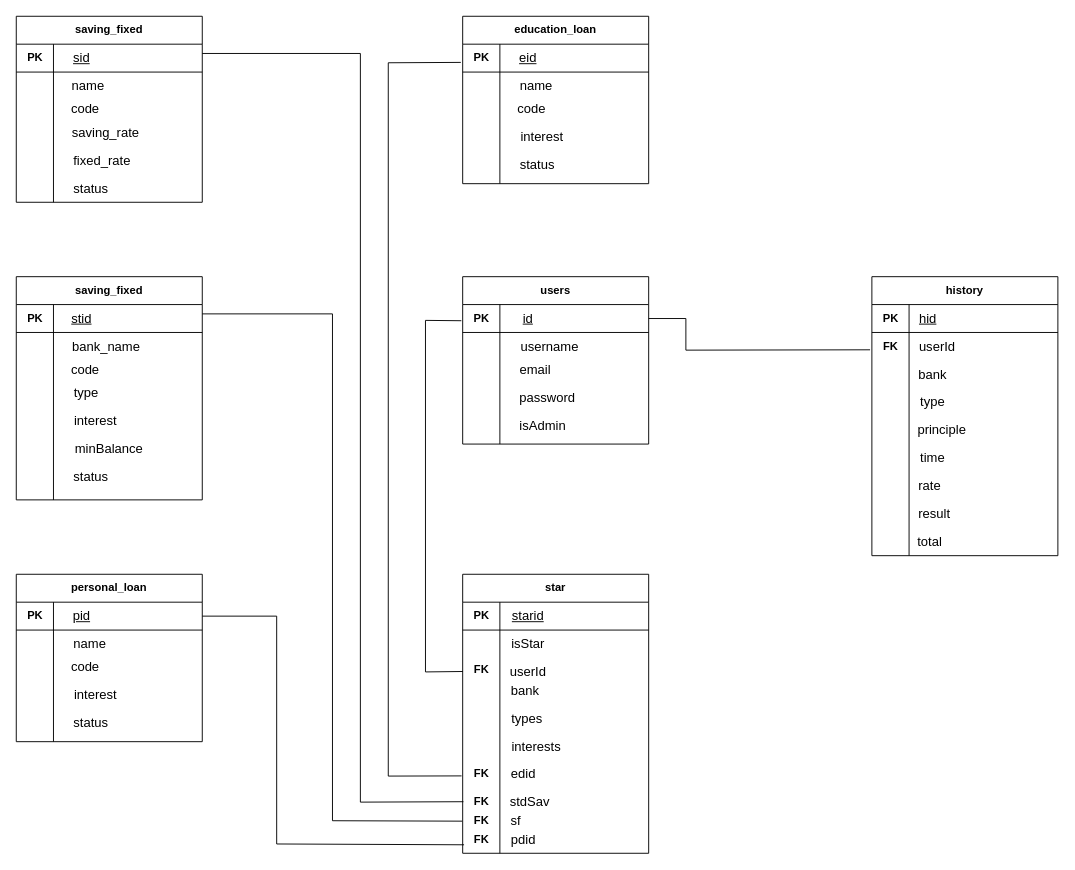
Above: assets/design/databaseSchema.drawio in yubraj08/bank_interest_tracker (draw.io), before the change. Source tidied: cells renumbered, new cells numbered last; positions are measured from the earlier drawing's top-left corner, leaving out a move shared by most shapes. Both pictures are drawn from the tidied source at 93%, with x=0, y=0 at pixel (16, 16).
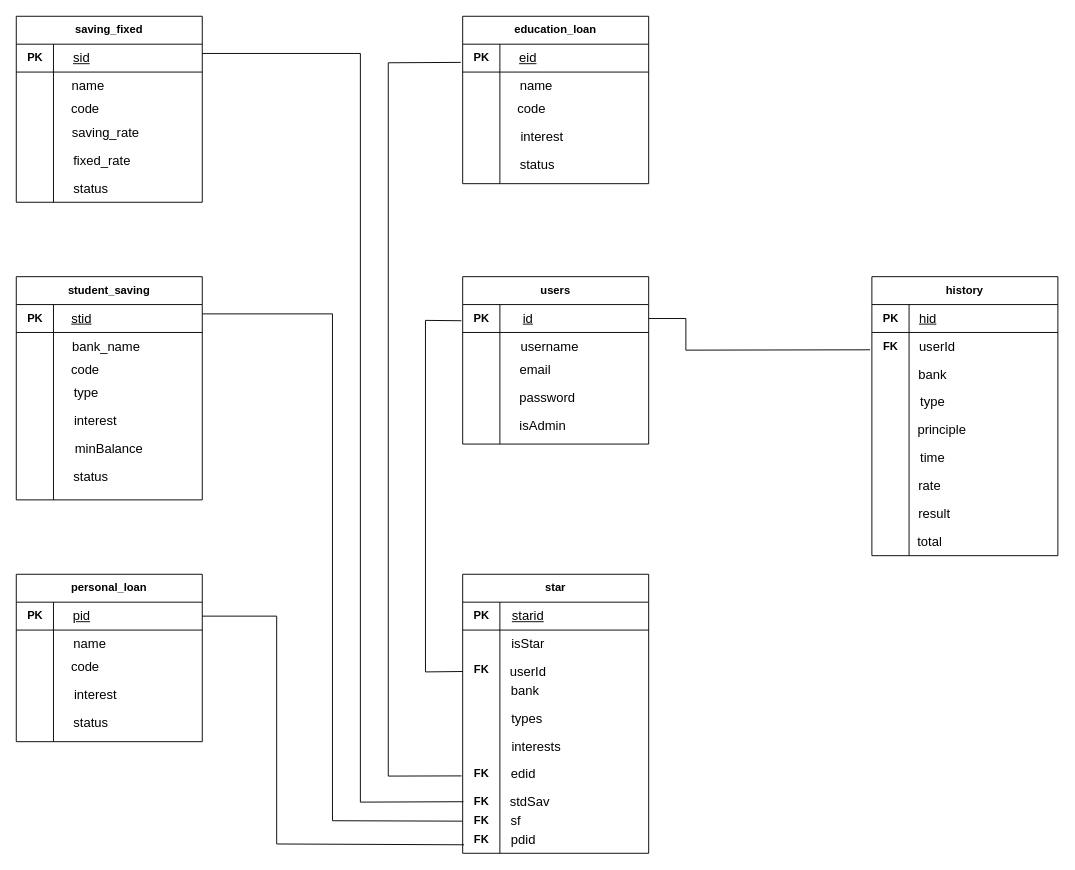
Above is the later version.

The edit, as a diff of the source:
```diff
@@
-    <mxCell id="12" value="saving_fixed" style="swimlane;whiteSpace=wrap;html=1;startSize=30;" parent="1" vertex="1">
+    <mxCell id="12" value="student_saving" style="swimlane;whiteSpace=wrap;html=1;startSize=30;" parent="1" vertex="1">
       <mxGeometry y="280" width="200" height="240" as="geometry" />
     </mxCell>
```
